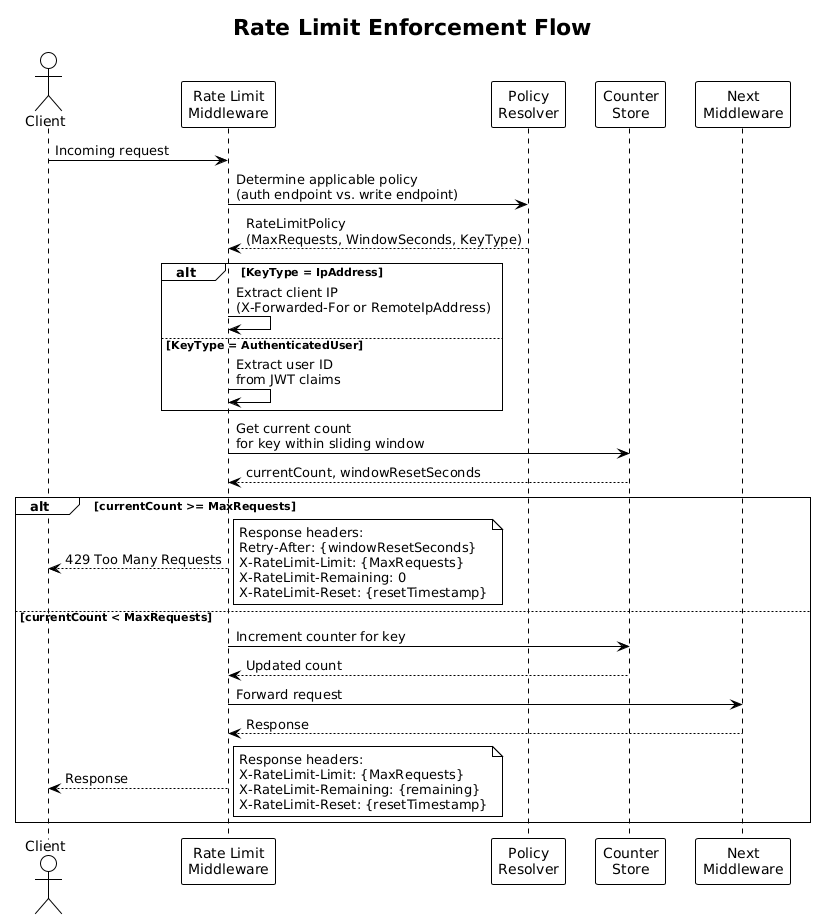
QuinntyneBrown/Blog keeps this PlantUML diagram as docs/detailed-designs/08-security-hardening/diagrams/sequence_rate_limit.png. Above is the earlier version. The source it was exported from:
```plantuml
@startuml
!theme plain

title Rate Limit Enforcement Flow

actor Client
participant "Rate Limit\nMiddleware" as Middleware
participant "Policy\nResolver" as Resolver
participant "Counter\nStore" as Store
participant "Next\nMiddleware" as Next

Client -> Middleware : Incoming request

Middleware -> Resolver : Determine applicable policy\n(auth endpoint vs. write endpoint)
Resolver --> Middleware : RateLimitPolicy\n(MaxRequests, WindowSeconds, KeyType)

alt KeyType = IpAddress
    Middleware -> Middleware : Extract client IP\n(X-Forwarded-For or RemoteIpAddress)
else KeyType = AuthenticatedUser
    Middleware -> Middleware : Extract user ID\nfrom JWT claims
end

Middleware -> Store : Get current count\nfor key within sliding window
Store --> Middleware : currentCount, windowResetSeconds

alt currentCount >= MaxRequests
    Middleware --> Client : 429 Too Many Requests
    note right
        Response headers:
        Retry-After: {windowResetSeconds}
        X-RateLimit-Limit: {MaxRequests}
        X-RateLimit-Remaining: 0
        X-RateLimit-Reset: {resetTimestamp}
    end note
else currentCount < MaxRequests
    Middleware -> Store : Increment counter for key
    Store --> Middleware : Updated count

    Middleware -> Next : Forward request
    Next --> Middleware : Response

    Middleware --> Client : Response
    note right
        Response headers:
        X-RateLimit-Limit: {MaxRequests}
        X-RateLimit-Remaining: {remaining}
        X-RateLimit-Reset: {resetTimestamp}
    end note
end
@enduml
```
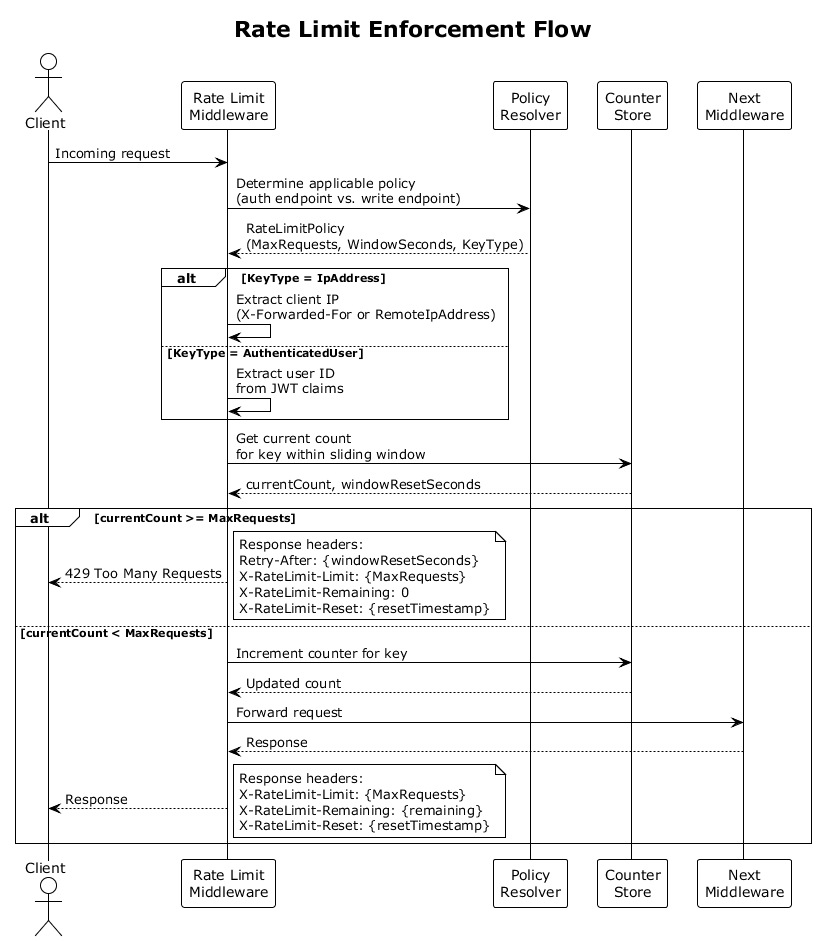
The same diagram one commit later.

Change to the diagram source:
```diff
@@ -1,4 +1,4 @@
-@startuml
+@startuml sequence_rate_limit
 !theme plain
 
 title Rate Limit Enforcement Flow
@@ -47,4 +47,5 @@
         X-RateLimit-Reset: {resetTimestamp}
     end note
 end
+
 @enduml
```
